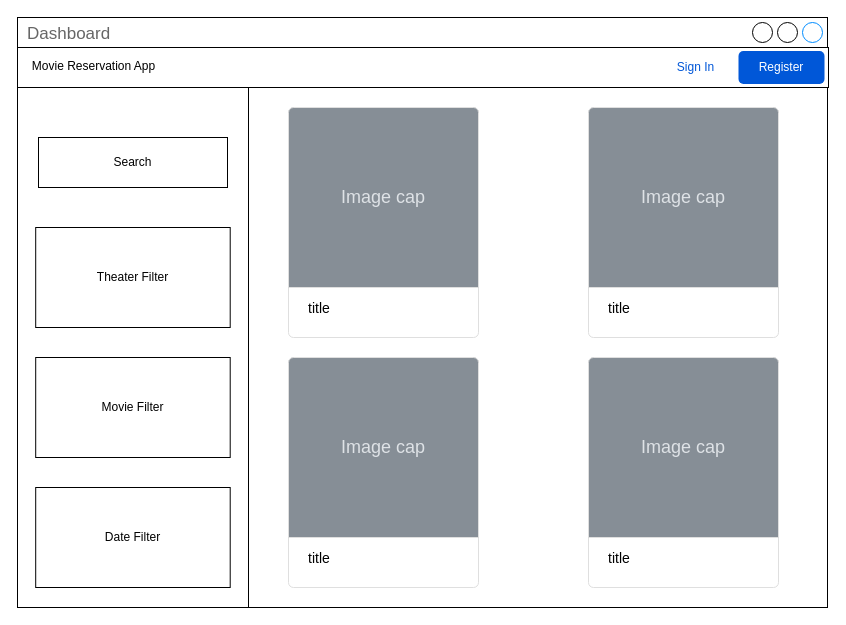
Before: page "dashboard" (3 of 5) of docs/wireframe.drawio in jdelreyes/movie-reservation-angular, a draw.io diagram. Source tidied: cells renumbered, new cells numbered last; positions are measured from the earlier drawing's top-left corner, leaving out a move shared by most shapes. Both pictures are drawn from the tidied source at 100%, with x=0, y=0 at pixel (17, 17).
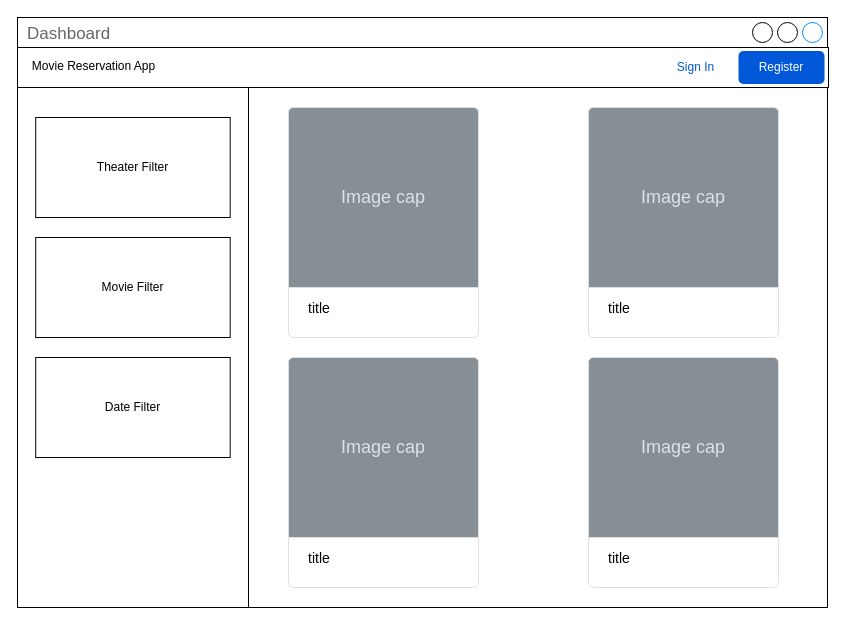
The same diagram, later.

The edit, as a diff of the source:
```diff
@@
 <mxGraphModel>
   <root>
     <mxCell id="0" />
     <mxCell id="1" parent="0" />
     <mxCell id="2" value="Dashboard" style="strokeWidth=1;shadow=0;dashed=0;align=center;html=1;shape=mxgraph.mockup.containers.window;align=left;verticalAlign=top;spacingLeft=8;strokeColor2=#008cff;strokeColor3=#c4c4c4;fontColor=#666666;mainText=;fontSize=17;labelBackgroundColor=none;whiteSpace=wrap;" parent="1" vertex="1">
       <mxGeometry width="810" height="590" as="geometry" />
     </mxCell>
     <mxCell id="3" style="rounded=0;whiteSpace=wrap;html=1;" parent="1" vertex="1">
       <mxGeometry y="30" width="811" height="40" as="geometry" />
     </mxCell>
     <mxCell id="4" value="Register" style="rounded=1;fillColor=#0057D8;strokeColor=none;html=1;whiteSpace=wrap;fontColor=#ffffff;align=center;verticalAlign=middle;fontStyle=0;fontSize=12;sketch=0;" parent="1" vertex="1">
       <mxGeometry x="721" y="33.5" width="86" height="33" as="geometry" />
     </mxCell>
     <mxCell id="5" value="Sign In" style="fillColor=none;strokeColor=none;html=1;fontColor=#0057D8;align=center;verticalAlign=middle;fontStyle=0;fontSize=12;" parent="1" vertex="1">
       <mxGeometry x="635" y="33.5" width="86" height="33" as="geometry" />
     </mxCell>
     <mxCell id="6" value="Movie Reservation App" style="text;html=1;align=center;verticalAlign=middle;whiteSpace=wrap;rounded=0;" parent="1" vertex="1">
       <mxGeometry x="11" y="33.5" width="131" height="30" as="geometry" />
     </mxCell>
     <mxCell id="7" style="rounded=0;whiteSpace=wrap;html=1;" parent="1" vertex="1">
       <mxGeometry y="70" width="231" height="520" as="geometry" />
     </mxCell>
     <mxCell id="8" value="Theater Filter" style="rounded=0;whiteSpace=wrap;html=1;" parent="1" vertex="1">
-      <mxGeometry x="18.2" y="210" width="194.5" height="100" as="geometry" />
+      <mxGeometry x="18.2" y="100" width="194.5" height="100" as="geometry" />
     </mxCell>
     <mxCell id="9" value="Movie Filter" style="rounded=0;whiteSpace=wrap;html=1;" parent="1" vertex="1">
-      <mxGeometry x="18.2" y="340" width="194.5" height="100" as="geometry" />
+      <mxGeometry x="18.2" y="220" width="194.5" height="100" as="geometry" />
     </mxCell>
     <mxCell id="10" value="Date Filter" style="rounded=0;whiteSpace=wrap;html=1;" parent="1" vertex="1">
-      <mxGeometry x="18.2" y="470" width="194.5" height="100" as="geometry" />
+      <mxGeometry x="18.2" y="340" width="194.5" height="100" as="geometry" />
     </mxCell>
     <mxCell id="11" value="title" style="html=1;shadow=0;dashed=0;shape=mxgraph.bootstrap.rrect;rSize=5;strokeColor=#DFDFDF;html=1;whiteSpace=wrap;fillColor=#ffffff;fontColor=#000000;verticalAlign=bottom;align=left;spacing=20;fontSize=14;" parent="1" vertex="1">
       <mxGeometry x="271" y="90" width="190" height="230" as="geometry" />
     </mxCell>
     <mxCell id="12" value="Image cap" style="html=1;shadow=0;dashed=0;shape=mxgraph.bootstrap.topButton;rSize=5;perimeter=none;whiteSpace=wrap;fillColor=#868E96;strokeColor=#DFDFDF;fontColor=#DEE2E6;fontSize=18;" parent="11" vertex="1">
       <mxGeometry width="190" height="180" relative="1" as="geometry" />
     </mxCell>
     <mxCell id="13" value="title" style="html=1;shadow=0;dashed=0;shape=mxgraph.bootstrap.rrect;rSize=5;strokeColor=#DFDFDF;html=1;whiteSpace=wrap;fillColor=#ffffff;fontColor=#000000;verticalAlign=bottom;align=left;spacing=20;fontSize=14;" parent="1" vertex="1">
       <mxGeometry x="571" y="90" width="190" height="230" as="geometry" />
     </mxCell>
     <mxCell id="14" value="Image cap" style="html=1;shadow=0;dashed=0;shape=mxgraph.bootstrap.topButton;rSize=5;perimeter=none;whiteSpace=wrap;fillColor=#868E96;strokeColor=#DFDFDF;fontColor=#DEE2E6;fontSize=18;" parent="13" vertex="1">
       <mxGeometry width="190" height="180" relative="1" as="geometry" />
     </mxCell>
     <mxCell id="15" value="title" style="html=1;shadow=0;dashed=0;shape=mxgraph.bootstrap.rrect;rSize=5;strokeColor=#DFDFDF;html=1;whiteSpace=wrap;fillColor=#ffffff;fontColor=#000000;verticalAlign=bottom;align=left;spacing=20;fontSize=14;" parent="1" vertex="1">
       <mxGeometry x="271" y="340" width="190" height="230" as="geometry" />
     </mxCell>
     <mxCell id="16" value="Image cap" style="html=1;shadow=0;dashed=0;shape=mxgraph.bootstrap.topButton;rSize=5;perimeter=none;whiteSpace=wrap;fillColor=#868E96;strokeColor=#DFDFDF;fontColor=#DEE2E6;fontSize=18;" parent="15" vertex="1">
       <mxGeometry width="190" height="180" relative="1" as="geometry" />
     </mxCell>
     <mxCell id="17" value="title" style="html=1;shadow=0;dashed=0;shape=mxgraph.bootstrap.rrect;rSize=5;strokeColor=#DFDFDF;html=1;whiteSpace=wrap;fillColor=#ffffff;fontColor=#000000;verticalAlign=bottom;align=left;spacing=20;fontSize=14;" parent="1" vertex="1">
       <mxGeometry x="571" y="340" width="190" height="230" as="geometry" />
     </mxCell>
     <mxCell id="18" value="Image cap" style="html=1;shadow=0;dashed=0;shape=mxgraph.bootstrap.topButton;rSize=5;perimeter=none;whiteSpace=wrap;fillColor=#868E96;strokeColor=#DFDFDF;fontColor=#DEE2E6;fontSize=18;" parent="17" vertex="1">
       <mxGeometry width="190" height="180" relative="1" as="geometry" />
     </mxCell>
-    <mxCell id="19" value="Search" style="rounded=0;whiteSpace=wrap;html=1;" parent="1" vertex="1">
-      <mxGeometry x="21" y="120" width="189" height="50" as="geometry" />
-    </mxCell>
   </root>
 </mxGraphModel>
```
